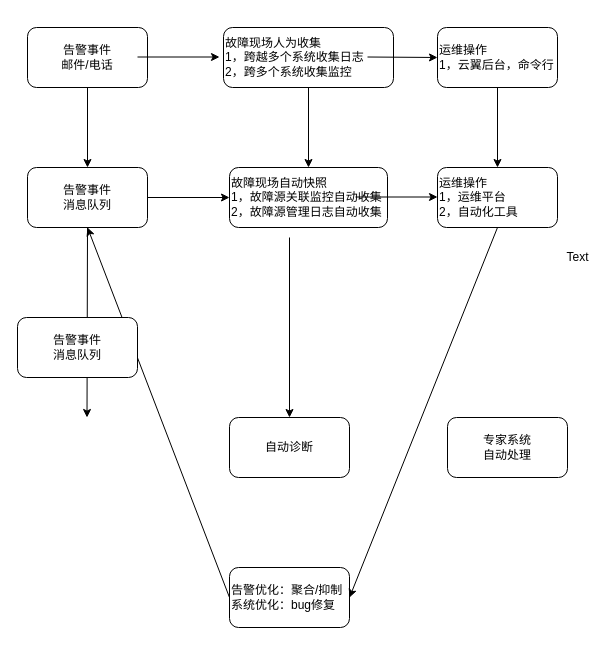
Before: 未命名绘图.drawio in zjtheone/read-the-fxxk-code, a draw.io diagram. Source tidied: cells renumbered, new cells numbered last; positions are measured from the earlier drawing's top-left corner, leaving out a move shared by most shapes. Both pictures are drawn from the tidied source at 100%, with x=0, y=0 at pixel (17, 27).
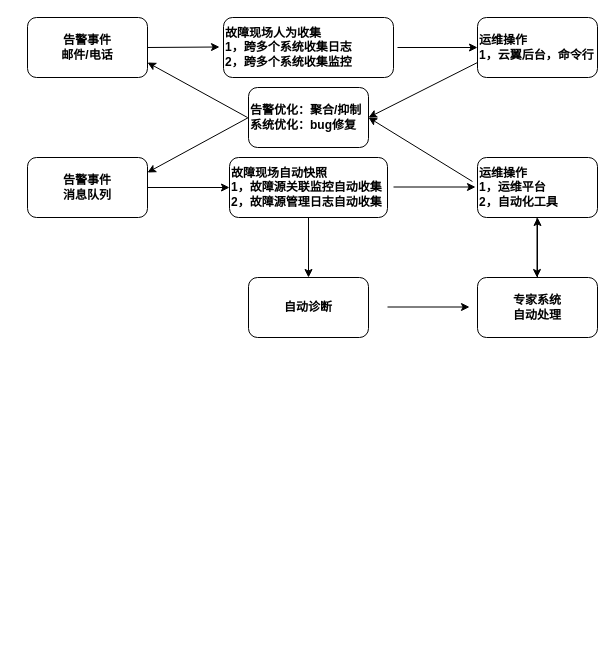
The same diagram, later.

Commit message:
更新未命名绘图.drawio

Diff of the diagram source:
```diff
@@
-    <mxCell id="2" value="告警事件&lt;br&gt;消息队列" style="rounded=1;whiteSpace=wrap;html=1;" parent="1" vertex="1">
-      <mxGeometry x="10" y="140" width="120" height="60" as="geometry" />
+    <mxCell id="2" value="告警事件&lt;br style=&quot;font-size: 12px;&quot;&gt;消息队列" style="rounded=1;whiteSpace=wrap;html=1;fontStyle=1;fontSize=12;" parent="1" vertex="1">
+      <mxGeometry x="10" y="130" width="120" height="60" as="geometry" />
     </mxCell>
-    <mxCell id="3" value="故障现场自动快照&lt;br&gt;1，故障源关联监控自动收集&lt;br&gt;2，故障源管理日志自动收集" style="rounded=1;whiteSpace=wrap;html=1;align=left;" parent="1" vertex="1">
-      <mxGeometry x="212" y="140" width="158" height="60" as="geometry" />
+    <mxCell id="3" value="故障现场自动快照&lt;br style=&quot;font-size: 12px;&quot;&gt;1，故障源关联监控自动收集&lt;br style=&quot;font-size: 12px;&quot;&gt;2，故障源管理日志自动收集" style="rounded=1;whiteSpace=wrap;html=1;align=left;fontStyle=1;fontSize=12;" parent="1" vertex="1">
+      <mxGeometry x="212" y="130" width="158" height="60" as="geometry" />
     </mxCell>
-    <mxCell id="4" value="告警优化：聚合/抑制&lt;br&gt;系统优化：bug修复" style="rounded=1;whiteSpace=wrap;html=1;align=left;" parent="1" vertex="1">
-      <mxGeometry x="212" y="540" width="120" height="60" as="geometry" />
+    <mxCell id="4" value="告警优化：聚合/抑制&lt;br style=&quot;font-size: 12px;&quot;&gt;系统优化：bug修复" style="rounded=1;whiteSpace=wrap;html=1;align=left;fontStyle=1;fontSize=12;" parent="1" vertex="1">
+      <mxGeometry x="231" y="60" width="120" height="60" as="geometry" />
     </mxCell>
-    <mxCell id="5" value="运维操作&lt;br&gt;1，运维平台&lt;br&gt;2，自动化工具" style="rounded=1;whiteSpace=wrap;html=1;align=left;" parent="1" vertex="1">
-      <mxGeometry x="420" y="140" width="120" height="60" as="geometry" />
+    <mxCell id="5" value="运维操作&lt;br style=&quot;font-size: 12px;&quot;&gt;1，运维平台&lt;br style=&quot;font-size: 12px;&quot;&gt;2，自动化工具" style="rounded=1;whiteSpace=wrap;html=1;align=left;fontStyle=1;fontSize=12;" parent="1" vertex="1">
+      <mxGeometry x="460" y="130" width="120" height="60" as="geometry" />
     </mxCell>
-    <mxCell id="6" style="endArrow=classic;html=1;rounded=0;exitX=1;exitY=0.5;exitDx=0;exitDy=0;entryX=0;entryY=0.5;entryDx=0;entryDy=0;" parent="1" edge="1" source="2" target="3">
+    <mxCell id="6" style="endArrow=classic;html=1;rounded=0;exitX=1;exitY=0.5;exitDx=0;exitDy=0;entryX=0;entryY=0.5;entryDx=0;entryDy=0;fontStyle=1;fontSize=12;" parent="1" edge="1" source="2" target="3">
       <mxGeometry relative="1" as="geometry" />
     </mxCell>
-    <mxCell id="7" style="endArrow=classic;html=1;rounded=0;exitX=1;exitY=0.5;exitDx=0;exitDy=0;entryX=0;entryY=0.5;entryDx=0;entryDy=0;" parent="1" edge="1">
+    <mxCell id="7" style="endArrow=classic;html=1;rounded=0;exitX=1;exitY=0.5;exitDx=0;exitDy=0;entryX=0;entryY=0.5;entryDx=0;entryDy=0;fontStyle=1;fontSize=12;" parent="1" edge="1">
       <mxGeometry relative="1" as="geometry">
-        <mxPoint x="338" y="169.5" as="sourcePoint" />
-        <mxPoint x="420" y="169.5" as="targetPoint" />
+        <mxPoint x="376" y="159.5" as="sourcePoint" />
+        <mxPoint x="458" y="159.5" as="targetPoint" />
       </mxGeometry>
     </mxCell>
-    <mxCell id="8" style="endArrow=classic;html=1;rounded=0;entryX=1;entryY=0.5;entryDx=0;entryDy=0;exitX=0.5;exitY=1;exitDx=0;exitDy=0;" parent="1" edge="1" source="5" target="4">
+    <mxCell id="8" style="endArrow=classic;html=1;rounded=0;entryX=1;entryY=0.5;entryDx=0;entryDy=0;exitX=-0.042;exitY=0.4;exitDx=0;exitDy=0;exitPerimeter=0;fontStyle=1;fontSize=12;" parent="1" edge="1" source="5" target="4">
       <mxGeometry relative="1" as="geometry" />
     </mxCell>
-    <mxCell id="9" style="endArrow=classic;html=1;rounded=0;entryX=0.5;entryY=1;entryDx=0;entryDy=0;exitX=0;exitY=0.5;exitDx=0;exitDy=0;" parent="1" edge="1" source="4" target="2">
+    <mxCell id="9" style="endArrow=classic;html=1;rounded=0;entryX=1;entryY=0.25;entryDx=0;entryDy=0;exitX=0;exitY=0.5;exitDx=0;exitDy=0;fontStyle=1;fontSize=12;" parent="1" edge="1" source="4" target="2">
       <mxGeometry relative="1" as="geometry" />
     </mxCell>
-    <mxCell id="10" value="故障现场人为收集&lt;br&gt;1，跨越多个系统收集日志&lt;br&gt;2，跨多个系统收集监控" style="rounded=1;whiteSpace=wrap;html=1;align=left;" parent="1" vertex="1">
-      <mxGeometry x="206" width="170" height="60" as="geometry" />
+    <mxCell id="10" value="故障现场人为收集&lt;br style=&quot;font-size: 12px;&quot;&gt;1，跨多个系统收集日志&lt;br style=&quot;font-size: 12px;&quot;&gt;2，跨多个系统收集监控" style="rounded=1;whiteSpace=wrap;html=1;align=left;fontStyle=1;fontSize=12;" parent="1" vertex="1">
+      <mxGeometry x="206" y="-10" width="170" height="60" as="geometry" />
     </mxCell>
-    <mxCell id="11" value="告警事件&lt;br&gt;邮件/电话" style="rounded=1;whiteSpace=wrap;html=1;" parent="1" vertex="1">
-      <mxGeometry x="10" width="120" height="60" as="geometry" />
+    <mxCell id="11" value="告警事件&lt;br style=&quot;font-size: 12px;&quot;&gt;邮件/电话" style="rounded=1;whiteSpace=wrap;html=1;fontStyle=1;fontSize=12;" parent="1" vertex="1">
+      <mxGeometry x="10" y="-10" width="120" height="60" as="geometry" />
     </mxCell>
-    <mxCell id="12" value="运维操作&lt;br&gt;1，云翼后台，命令行" style="rounded=1;whiteSpace=wrap;html=1;align=left;" parent="1" vertex="1">
-      <mxGeometry x="420" width="120" height="60" as="geometry" />
+    <mxCell id="12" value="运维操作&lt;br style=&quot;font-size: 12px;&quot;&gt;1，云翼后台，命令行" style="rounded=1;whiteSpace=wrap;html=1;align=left;fontStyle=1;fontSize=12;" parent="1" vertex="1">
+      <mxGeometry x="460" y="-10" width="120" height="60" as="geometry" />
     </mxCell>
-    <mxCell id="13" style="endArrow=classic;html=1;rounded=0;exitX=1;exitY=0.5;exitDx=0;exitDy=0;entryX=0;entryY=0.5;entryDx=0;entryDy=0;" parent="1" edge="1">
+    <mxCell id="13" style="endArrow=classic;html=1;rounded=0;entryX=0;entryY=0.5;entryDx=0;entryDy=0;fontStyle=1;fontSize=12;" parent="1" edge="1">
       <mxGeometry relative="1" as="geometry">
-        <mxPoint x="120" y="29.5" as="sourcePoint" />
-        <mxPoint x="202" y="29.5" as="targetPoint" />
+        <mxPoint x="130" y="20" as="sourcePoint" />
+        <mxPoint x="202" y="19.5" as="targetPoint" />
       </mxGeometry>
     </mxCell>
-    <mxCell id="14" style="endArrow=classic;html=1;rounded=0;exitX=1;exitY=0.5;exitDx=0;exitDy=0;" parent="1" edge="1">
+    <mxCell id="14" style="endArrow=classic;html=1;rounded=0;entryX=0;entryY=0.5;entryDx=0;entryDy=0;fontStyle=1;fontSize=12;" parent="1" edge="1" target="12">
       <mxGeometry relative="1" as="geometry">
-        <mxPoint x="350" y="29.5" as="sourcePoint" />
-        <mxPoint x="420" y="30" as="targetPoint" />
+        <mxPoint x="380" y="20" as="sourcePoint" />
       </mxGeometry>
     </mxCell>
-    <mxCell id="15" style="endArrow=classic;html=1;rounded=0;exitX=0.5;exitY=1;exitDx=0;exitDy=0;entryX=0.5;entryY=0;entryDx=0;entryDy=0;" parent="1" edge="1" source="11" target="2">
-      <mxGeometry relative="1" as="geometry" />
-    </mxCell>
-    <mxCell id="16" style="endArrow=classic;html=1;rounded=0;exitX=0.5;exitY=1;exitDx=0;exitDy=0;" parent="1" edge="1" source="10" target="3">
-      <mxGeometry relative="1" as="geometry" />
-    </mxCell>
-    <mxCell id="17" style="endArrow=classic;html=1;rounded=0;exitX=0.5;exitY=1;exitDx=0;exitDy=0;entryX=0.5;entryY=0;entryDx=0;entryDy=0;" parent="1" edge="1" source="12" target="5">
+    <mxCell id="17" style="endArrow=classic;html=1;rounded=0;exitX=0;exitY=0.75;exitDx=0;exitDy=0;entryX=1;entryY=0.5;entryDx=0;entryDy=0;fontStyle=1;fontSize=12;" parent="1" edge="1" source="12" target="4">
       <mxGeometry relative="1" as="geometry" />
     </mxCell>
-    <mxCell id="18" style="endArrow=classic;html=1;rounded=0;" parent="1" edge="1">
+    <mxCell id="18" style="endArrow=classic;html=1;rounded=0;entryX=1;entryY=0.75;entryDx=0;entryDy=0;fontStyle=1;fontSize=12;" parent="1" edge="1" target="11">
       <mxGeometry relative="1" as="geometry">
-        <mxPoint x="70" y="200" as="sourcePoint" />
-        <mxPoint x="69.5" y="390" as="targetPoint" />
+        <mxPoint x="230" y="90" as="sourcePoint" />
       </mxGeometry>
     </mxCell>
-    <mxCell id="19" value="告警事件&lt;br&gt;消息队列" style="rounded=1;whiteSpace=wrap;html=1;" parent="1" vertex="1">
-      <mxGeometry y="290" width="120" height="60" as="geometry" />
-    </mxCell>
-    <mxCell id="20" value="自动诊断" style="rounded=1;whiteSpace=wrap;html=1;" parent="1" vertex="1">
-      <mxGeometry x="212" y="390" width="120" height="60" as="geometry" />
+    <mxCell id="20" value="自动诊断" style="rounded=1;whiteSpace=wrap;html=1;fontStyle=1;fontSize=12;" parent="1" vertex="1">
+      <mxGeometry x="231" y="250" width="120" height="60" as="geometry" />
     </mxCell>
+    <mxCell id="24" style="edgeStyle=orthogonalEdgeStyle;rounded=0;jettySize=auto;html=1;fontStyle=1;fontSize=12;" parent="1" edge="1" source="21" target="5">
+      <mxGeometry relative="1" as="geometry" />
+    </mxCell>
-    <mxCell id="21" value="专家系统&lt;br&gt;自动处理" style="rounded=1;whiteSpace=wrap;html=1;" parent="1" vertex="1">
-      <mxGeometry x="430" y="390" width="120" height="60" as="geometry" />
+    <mxCell id="21" value="专家系统&lt;br style=&quot;font-size: 12px;&quot;&gt;自动处理" style="rounded=1;whiteSpace=wrap;html=1;fontStyle=1;fontSize=12;" parent="1" vertex="1">
+      <mxGeometry x="460" y="250" width="120" height="60" as="geometry" />
     </mxCell>
-    <mxCell id="22" style="endArrow=classic;html=1;rounded=0;entryX=0.5;entryY=0;entryDx=0;entryDy=0;" parent="1" edge="1" target="20">
-      <mxGeometry relative="1" as="geometry">
-        <mxPoint x="272" y="210" as="sourcePoint" />
-      </mxGeometry>
+    <mxCell id="22" style="endArrow=classic;html=1;rounded=0;entryX=0.5;entryY=0;entryDx=0;entryDy=0;exitX=0.5;exitY=1;exitDx=0;exitDy=0;fontStyle=1;fontSize=12;" parent="1" edge="1" source="3" target="20">
+      <mxGeometry relative="1" as="geometry" />
     </mxCell>
-    <mxCell id="23" value="Text" style="text;html=1;align=center;verticalAlign=middle;strokeColor=none;fillColor=none;" parent="1" vertex="1">
-      <mxGeometry x="540" y="220" width="40" height="20" as="geometry" />
-    </mxCell>
+    <mxCell id="25" style="endArrow=classic;html=1;rounded=0;entryX=0.5;entryY=0;entryDx=0;entryDy=0;fontStyle=1;fontSize=12;" parent="1" edge="1">
+      <mxGeometry relative="1" as="geometry">
+        <mxPoint x="519.5" y="190" as="sourcePoint" />
+        <mxPoint x="519.5" y="250" as="targetPoint" />
+      </mxGeometry>
+    </mxCell>
+    <mxCell id="26" style="endArrow=classic;html=1;rounded=0;exitX=1;exitY=0.5;exitDx=0;exitDy=0;entryX=0;entryY=0.5;entryDx=0;entryDy=0;fontStyle=1;fontSize=12;" parent="1" edge="1">
+      <mxGeometry relative="1" as="geometry">
+        <mxPoint x="370" y="279.5" as="sourcePoint" />
+        <mxPoint x="452" y="279.5" as="targetPoint" />
+      </mxGeometry>
+    </mxCell>
```
